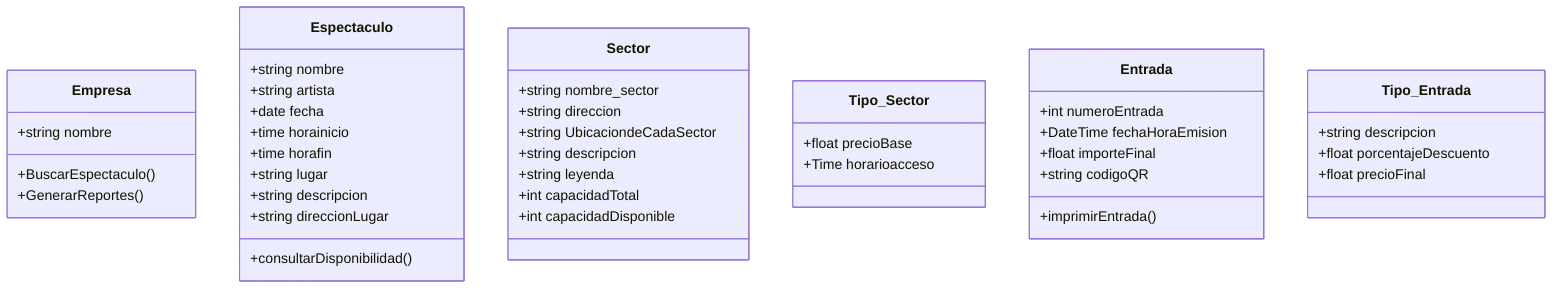
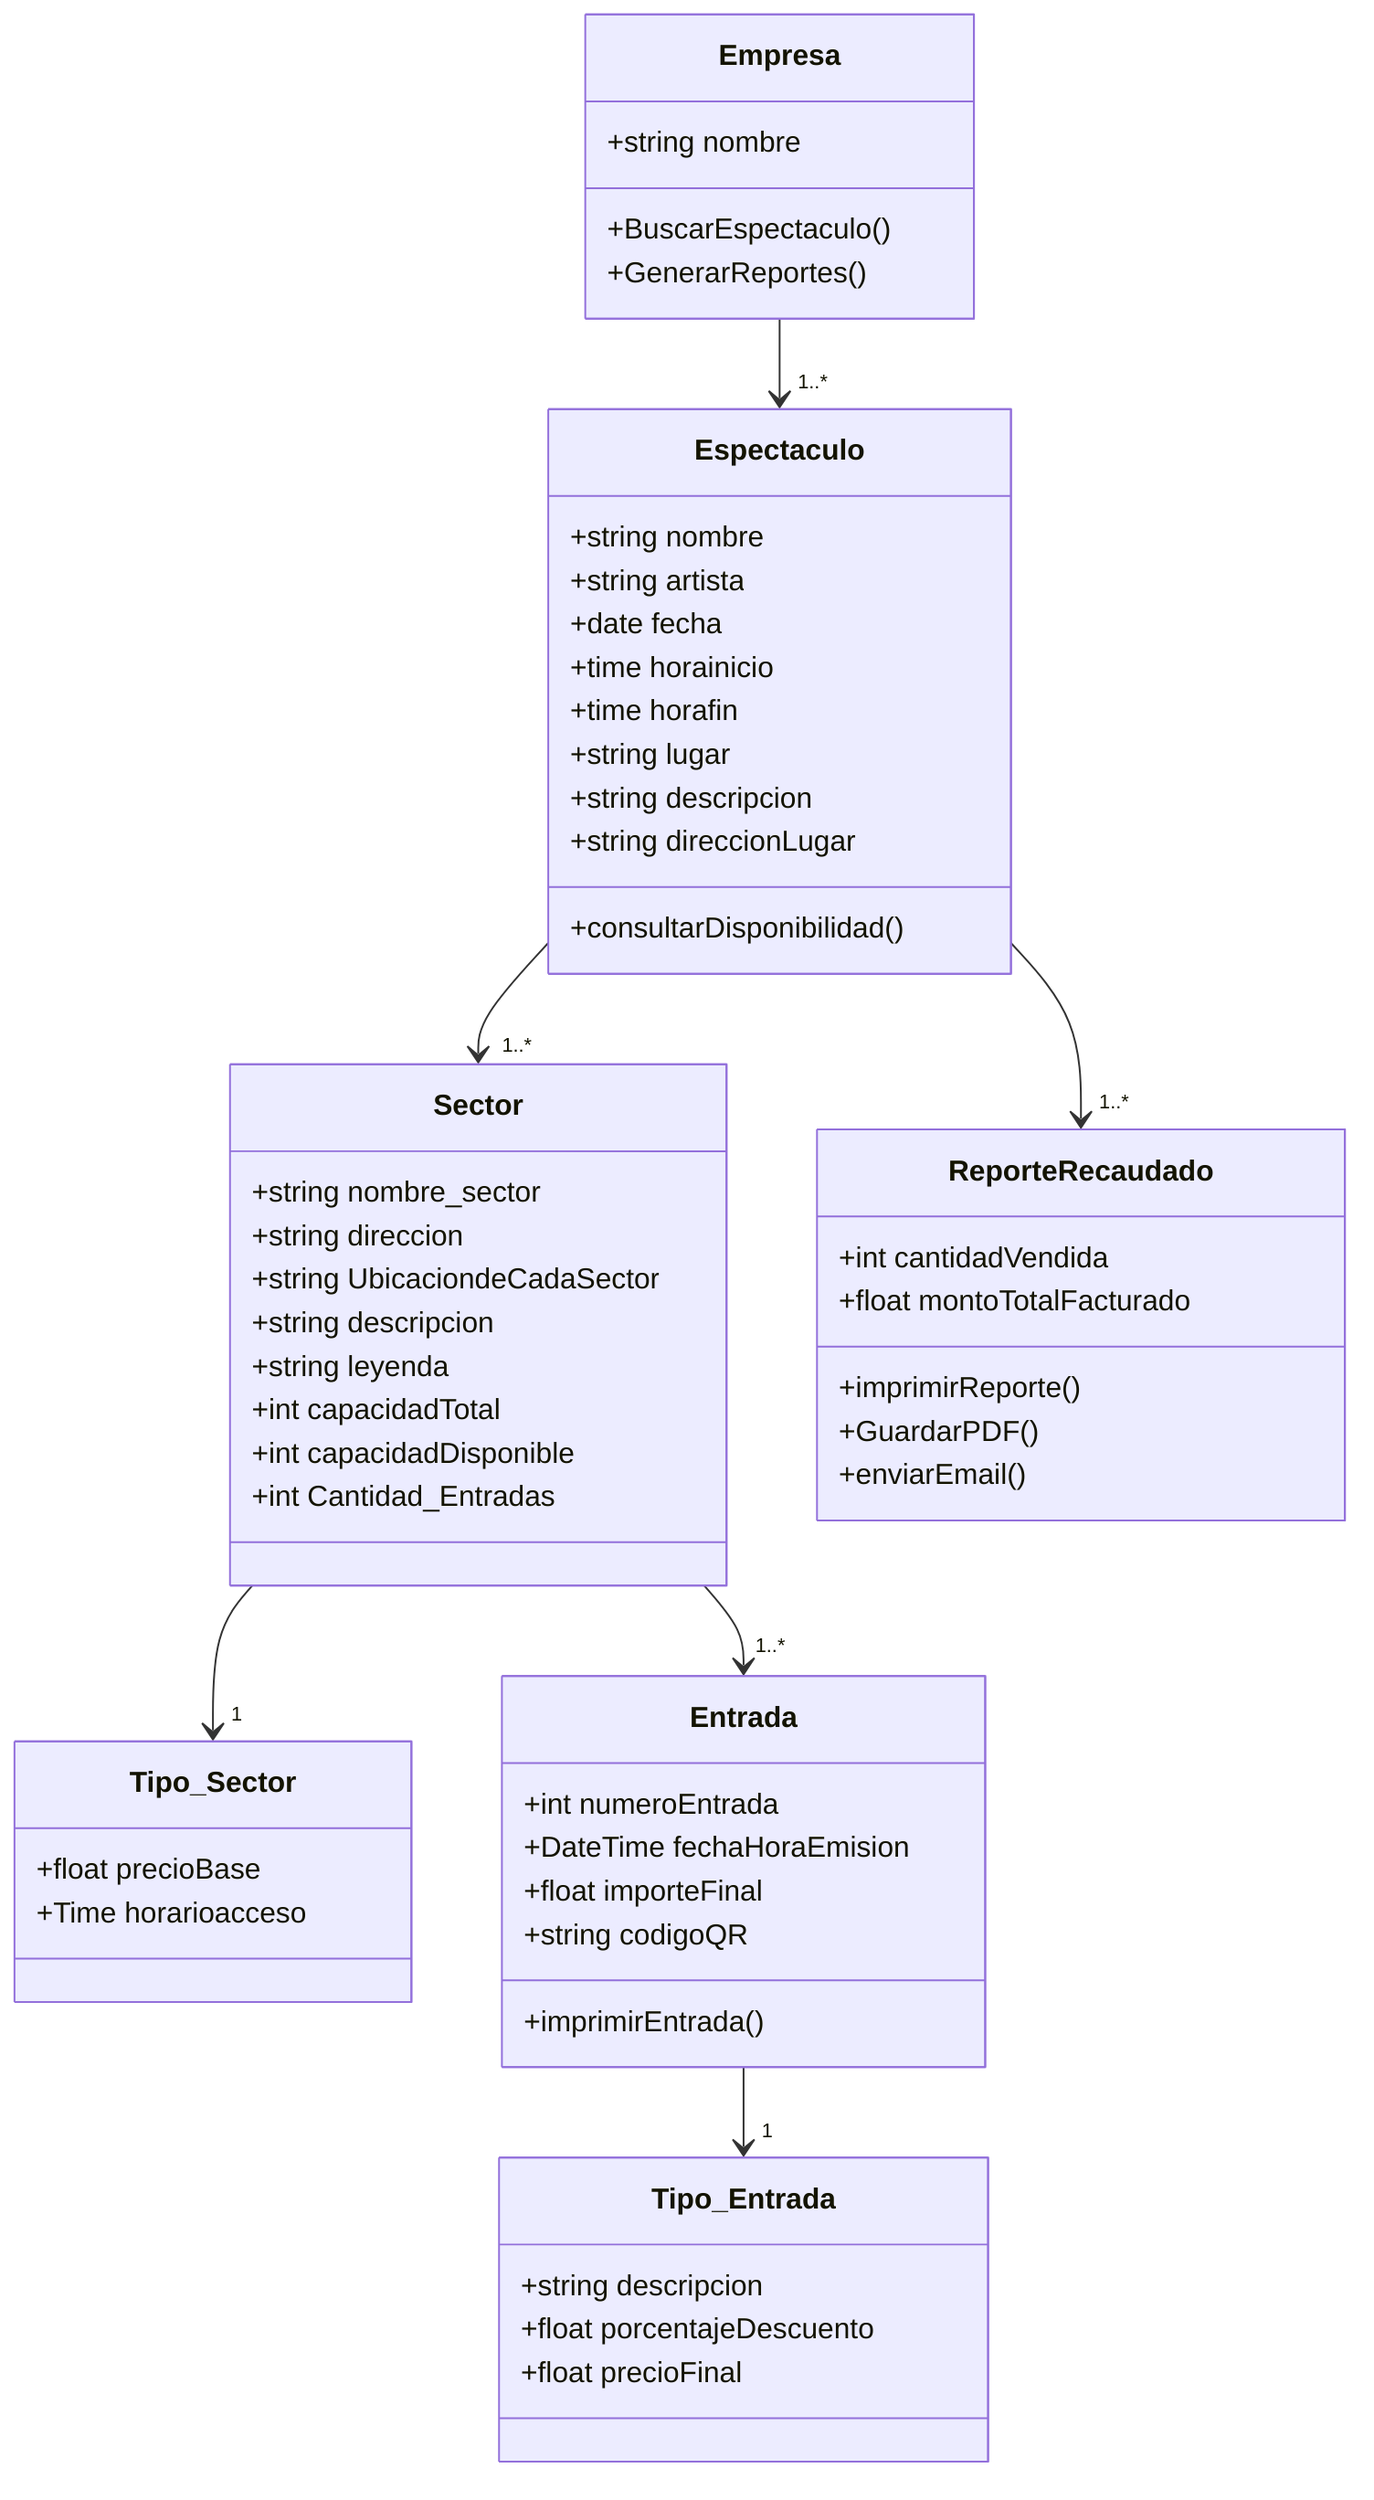
classDiagram
    class Empresa {
        +string nombre
        +BuscarEspectaculo()
        +GenerarReportes()
        }

    class Espectaculo {
        +string nombre
        +string artista
        +date fecha
        +time horainicio
        +time horafin
        +string lugar
        +string descripcion
        +string direccionLugar
        +consultarDisponibilidad()
    }

    class Sector {
        +string nombre_sector
        +string direccion
        +string UbicaciondeCadaSector
        +string  descripcion
        +string leyenda
        +int capacidadTotal
        +int capacidadDisponible
+         +int Cantidad_Entradas
+ 

    }

    class Tipo_Sector {
        +float precioBase
        +Time horarioacceso

    }

    class Entrada {
        +int numeroEntrada
        +DateTime fechaHoraEmision
        +float importeFinal
        +string codigoQR
        +imprimirEntrada()
    }

    class Tipo_Entrada {
        +string descripcion
        +float porcentajeDescuento
        +float precioFinal
    }
+ 
+     class ReporteRecaudado {
+         +int cantidadVendida
+         +float montoTotalFacturado
+         +imprimirReporte()
+         +GuardarPDF()
+         +enviarEmail()
+     }
+ 
+     Empresa --> "1..*" Espectaculo
+     Espectaculo --> "1..*" Sector
+     Sector --> "1" Tipo_Sector
+     Sector --> "1..*" Entrada
+     Entrada --> "1" Tipo_Entrada
+     Espectaculo --> "1..*" ReporteRecaudado
